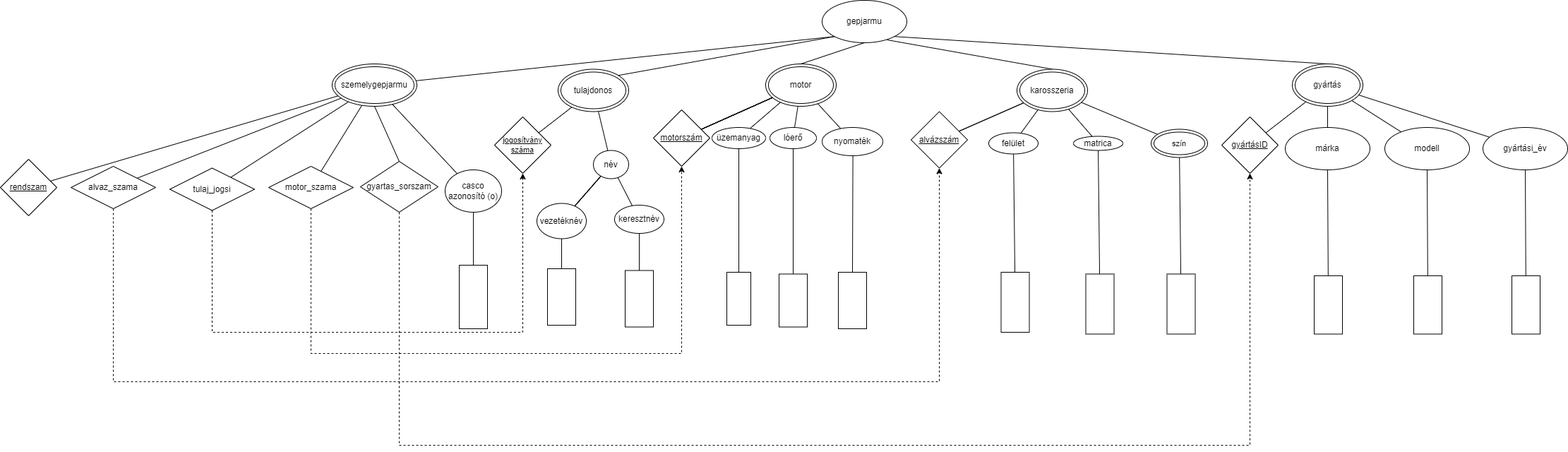
Above: XMLTaskPY7QFH/XDMPY7QFH.png in vargamolnarbertalan/PY7QFH__XMLGyak (draw.io), before the change. Source tidied: cells renumbered, new cells last; positions are measured from the earlier drawing's top-left corner, leaving out a move shared by most shapes.
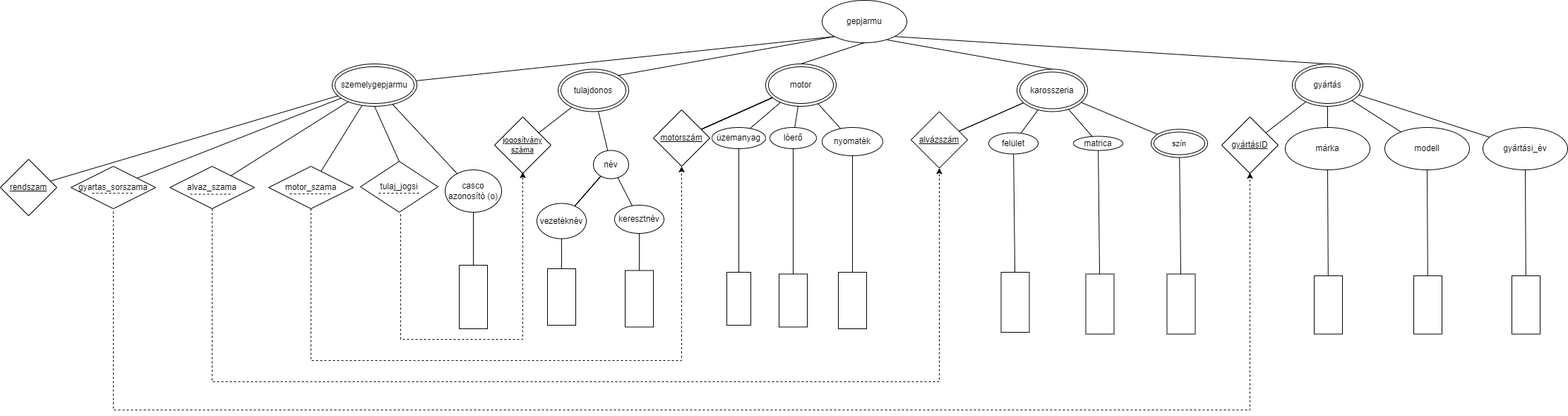
The same file after the commit.

What changed in the source:
```diff
@@ -113,11 +113,11 @@
     <mxCell id="38" value="rendszam" style="rhombus;whiteSpace=wrap;html=1;fontStyle=4;" parent="1" vertex="1">
       <mxGeometry y="225" width="80" height="80" as="geometry" />
     </mxCell>
-    <mxCell id="39" value="alvaz_szama" style="rhombus;whiteSpace=wrap;html=1;fontFamily=Helvetica;fontSize=12;fontColor=default;align=center;strokeColor=default;fillColor=default;" parent="1" vertex="1">
+    <mxCell id="39" value="gyartas_sorszama" style="rhombus;whiteSpace=wrap;html=1;fontFamily=Helvetica;fontSize=12;fontColor=default;align=center;strokeColor=default;fillColor=default;" parent="1" vertex="1">
       <mxGeometry x="100" y="235" width="120" height="60" as="geometry" />
     </mxCell>
-    <mxCell id="40" value="tulaj_jogsi" style="rhombus;whiteSpace=wrap;html=1;fontFamily=Helvetica;fontSize=12;fontColor=default;align=center;strokeColor=default;fillColor=default;" parent="1" vertex="1">
-      <mxGeometry x="240" y="237.5" width="120" height="60" as="geometry" />
+    <mxCell id="40" value="alvaz_szama" style="rhombus;whiteSpace=wrap;html=1;fontFamily=Helvetica;fontSize=12;fontColor=default;align=center;strokeColor=default;fillColor=default;" parent="1" vertex="1">
+      <mxGeometry x="240" y="235" width="120" height="60" as="geometry" />
     </mxCell>
     <mxCell id="41" value="jogosítvány száma" style="rhombus;whiteSpace=wrap;html=1;fontStyle=4;fontSize=11;" parent="1" vertex="1">
       <mxGeometry x="700" y="165" width="80" height="80" as="geometry" />
@@ -242,7 +242,7 @@
     <mxCell id="81" style="whiteSpace=wrap;html=1;" parent="1" vertex="1">
       <mxGeometry x="2002" y="390" width="40" height="82.5" as="geometry" />
     </mxCell>
-    <mxCell id="82" value="gyartas_sorszam" style="rhombus;whiteSpace=wrap;html=1;" parent="1" vertex="1">
+    <mxCell id="82" value="tulaj_jogsi" style="rhombus;whiteSpace=wrap;html=1;" parent="1" vertex="1">
       <mxGeometry x="510" y="228" width="110" height="72" as="geometry" />
     </mxCell>
     <mxCell id="83" style="endArrow=none;html=1;rounded=0;entryX=0.5;entryY=1;entryDx=0;entryDy=0;exitX=0.5;exitY=0;exitDx=0;exitDy=0;" parent="1" edge="1" source="82" target="8">
@@ -266,39 +266,67 @@
     <mxCell id="89" style="whiteSpace=wrap;html=1;" parent="1" vertex="1">
       <mxGeometry x="2141" y="390" width="40" height="82.5" as="geometry" />
     </mxCell>
-    <mxCell id="90" style="endArrow=classic;dashed=1;html=1;rounded=0;exitX=0.5;exitY=1;exitDx=0;exitDy=0;entryX=0.5;entryY=1;entryDx=0;entryDy=0;edgeStyle=orthogonalEdgeStyle;endFill=1;" parent="1" edge="1" source="39" target="63">
+    <mxCell id="90" style="endArrow=classic;dashed=1;html=1;rounded=0;entryX=0.5;entryY=1;entryDx=0;entryDy=0;edgeStyle=orthogonalEdgeStyle;endFill=1;" parent="1" edge="1" target="63">
       <mxGeometry relative="1" as="geometry">
+        <mxPoint x="300" y="295" as="sourcePoint" />
         <Array as="points">
-          <mxPoint x="160" y="540" />
+          <mxPoint x="300" y="295" />
+          <mxPoint x="300" y="540" />
           <mxPoint x="1330" y="540" />
         </Array>
       </mxGeometry>
     </mxCell>
-    <mxCell id="91" style="endArrow=classic;dashed=1;html=1;rounded=0;exitX=0.5;exitY=1;exitDx=0;exitDy=0;entryX=0.5;entryY=1;entryDx=0;entryDy=0;edgeStyle=orthogonalEdgeStyle;endFill=1;" parent="1" edge="1" target="41">
+    <mxCell id="91" style="endArrow=classic;dashed=1;html=1;rounded=0;entryX=0.5;entryY=0.938;entryDx=0;entryDy=0;edgeStyle=orthogonalEdgeStyle;endFill=1;entryPerimeter=0;" parent="1" edge="1">
       <mxGeometry relative="1" as="geometry">
-        <mxPoint x="300" y="297.5" as="sourcePoint" />
+        <mxPoint x="567" y="303" as="sourcePoint" />
+        <mxPoint x="740" y="243" as="targetPoint" />
         <Array as="points">
-          <mxPoint x="300" y="470" />
-          <mxPoint x="740" y="470" />
+          <mxPoint x="567" y="480" />
+          <mxPoint x="740" y="480" />
         </Array>
       </mxGeometry>
     </mxCell>
     <mxCell id="92" style="endArrow=classic;dashed=1;html=1;rounded=0;exitX=0.5;exitY=1;exitDx=0;exitDy=0;entryX=0.5;entryY=1;entryDx=0;entryDy=0;edgeStyle=orthogonalEdgeStyle;endFill=1;" parent="1" edge="1" source="74" target="53">
       <mxGeometry relative="1" as="geometry">
         <Array as="points">
-          <mxPoint x="440" y="500" />
-          <mxPoint x="965" y="500" />
+          <mxPoint x="440" y="510" />
+          <mxPoint x="965" y="510" />
         </Array>
       </mxGeometry>
     </mxCell>
-    <mxCell id="93" style="endArrow=classic;dashed=1;html=1;rounded=0;exitX=0.5;exitY=1;exitDx=0;exitDy=0;edgeStyle=orthogonalEdgeStyle;endFill=1;" parent="1" edge="1" target="75">
+    <mxCell id="93" style="endArrow=classic;dashed=1;html=1;rounded=0;edgeStyle=orthogonalEdgeStyle;endFill=1;" parent="1" edge="1">
       <mxGeometry relative="1" as="geometry">
-        <mxPoint x="565" y="300" as="sourcePoint" />
+        <mxPoint x="160" y="299" as="sourcePoint" />
+        <mxPoint x="1770" y="244" as="targetPoint" />
         <Array as="points">
-          <mxPoint x="565" y="630" />
-          <mxPoint x="1770" y="630" />
+          <mxPoint x="160" y="580" />
+          <mxPoint x="1770" y="580" />
         </Array>
       </mxGeometry>
     </mxCell>
+    <mxCell id="94" style="endArrow=none;dashed=1;html=1;rounded=0;" parent="1" edge="1">
+      <mxGeometry relative="1" as="geometry">
+        <mxPoint x="130" y="273" as="sourcePoint" />
+        <mxPoint x="187" y="273" as="targetPoint" />
+      </mxGeometry>
+    </mxCell>
+    <mxCell id="95" style="endArrow=none;dashed=1;html=1;rounded=0;" parent="1" edge="1">
+      <mxGeometry relative="1" as="geometry">
+        <mxPoint x="269" y="274.5" as="sourcePoint" />
+        <mxPoint x="326" y="274.5" as="targetPoint" />
+      </mxGeometry>
+    </mxCell>
+    <mxCell id="96" style="endArrow=none;dashed=1;html=1;rounded=0;" parent="1" edge="1">
+      <mxGeometry relative="1" as="geometry">
+        <mxPoint x="410" y="274" as="sourcePoint" />
+        <mxPoint x="467" y="274" as="targetPoint" />
+      </mxGeometry>
+    </mxCell>
+    <mxCell id="97" style="endArrow=none;dashed=1;html=1;rounded=0;" parent="1" edge="1">
+      <mxGeometry relative="1" as="geometry">
+        <mxPoint x="536" y="273" as="sourcePoint" />
+        <mxPoint x="593" y="273" as="targetPoint" />
+      </mxGeometry>
+    </mxCell>
   </root>
 </mxGraphModel>
```
